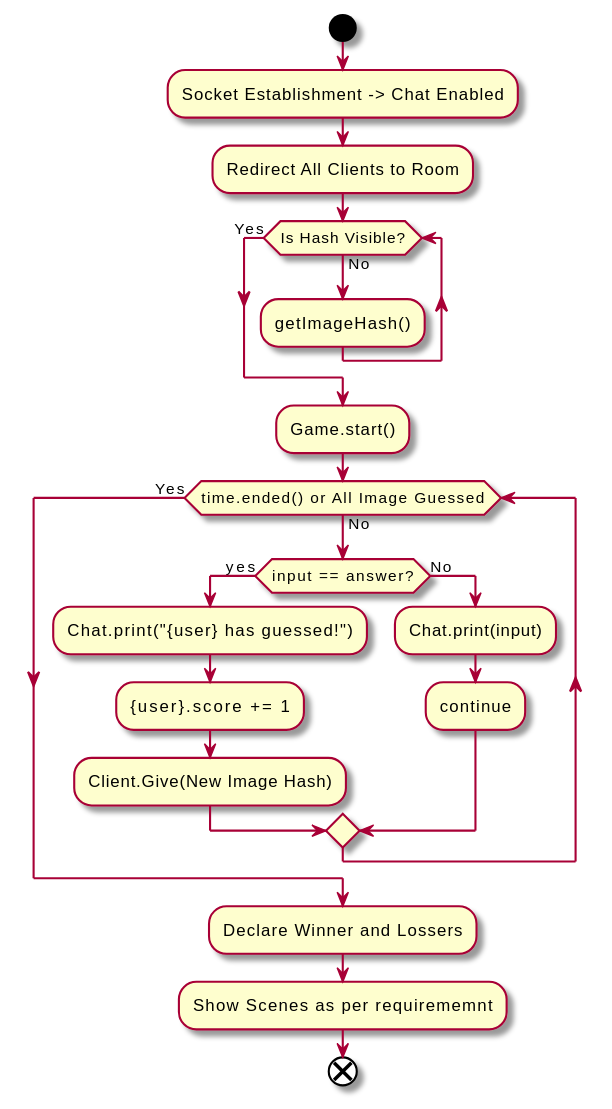
Before: Flowcharts/Rendered/GameLogic.svg, a diagram exported from PlantUML (yashdwivedi/mavenproject1).
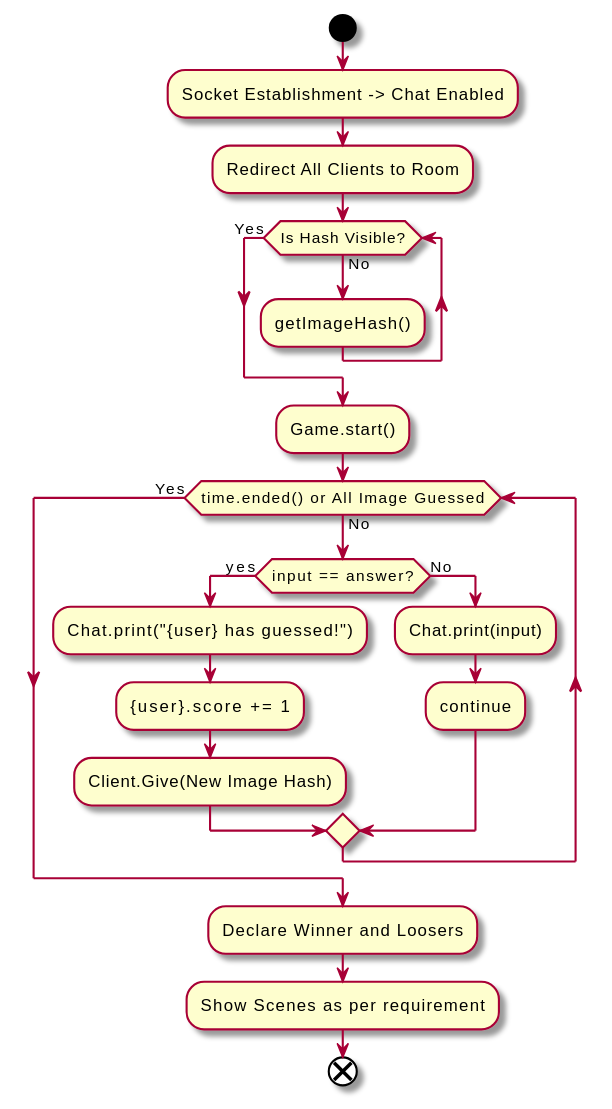
The same diagram one commit later.

Commit message:
🤖 Rendered PlantUML diagrams

What changed in the source:
```diff
@@ -32,7 +32,7 @@
 
 endwhile(Yes)
 
-:Declare Winner and Lossers;
-:Show Scenes as per requirememnt;
+:Declare Winner and Loosers;
+:Show Scenes as per requirement;
 end
 @enduml
```
